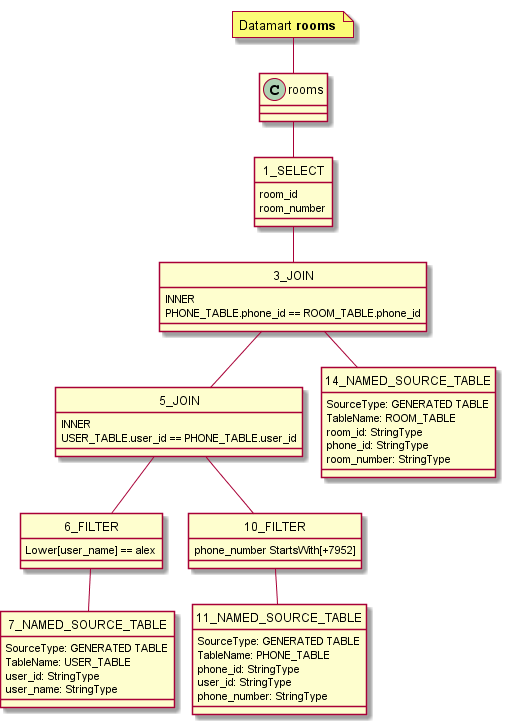
keks51/spark_plan_as_uml keeps this PlantUML diagram as examples/rooms.png. Above is the earlier version.
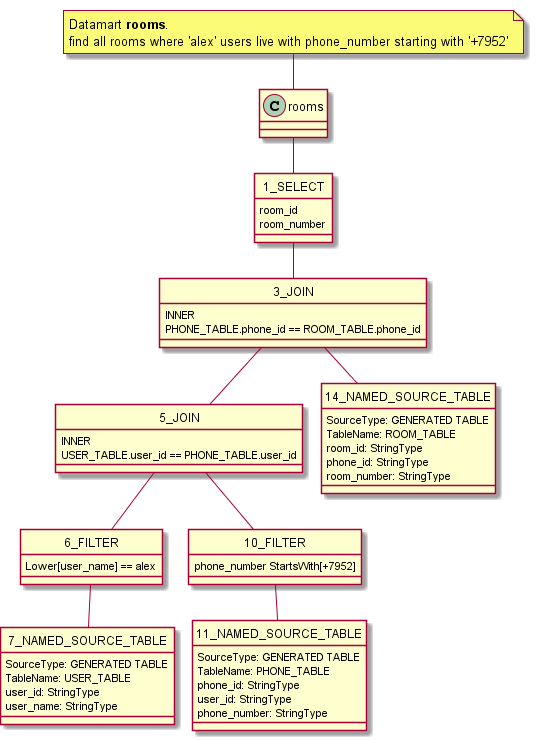
After the commit.

Change to the diagram source:
```diff
@@ -1,7 +1,8 @@
 @startuml
 !pragma graphviz_dot jdot
 note top of rooms
-  Datamart <b>rooms</b>
+  Datamart <b>rooms</b>.
+  find all rooms where 'alex' users live with phone_number starting with '+7952'
 end note
 class 1_SELECT <<(E,ortho)>> {
 room_id
```
